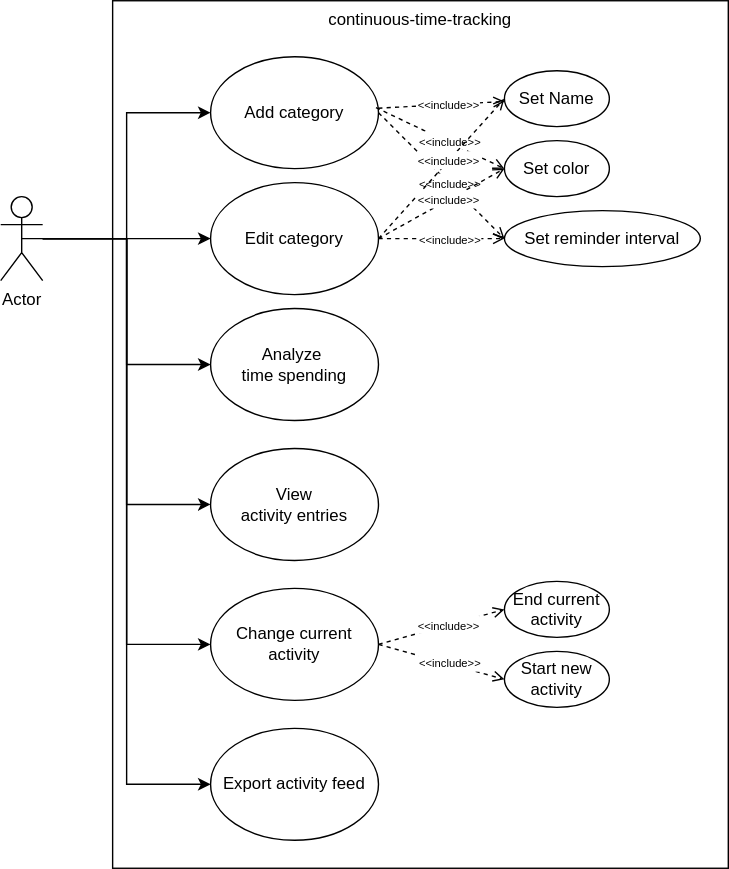
This is docs/ctt-usecase.svg from electron2302/continuous-time-tracking, a draw.io export, as it was before one commit. Source tidied: cells renumbered, new cells last; positions are measured from the earlier drawing's top-left corner, leaving out a move shared by most shapes. The source it was exported from:
```xml
<mxGraphModel>
  <root>
    <mxCell id="0" />
    <mxCell id="1" parent="0" />
    <mxCell id="2" value="continuous-time-tracking" style="rounded=0;whiteSpace=wrap;html=1;verticalAlign=top;" parent="1" vertex="1">
      <mxGeometry x="80" width="440" height="620" as="geometry" />
    </mxCell>
    <mxCell id="3" style="edgeStyle=orthogonalEdgeStyle;rounded=0;jettySize=auto;html=1;entryX=0;entryY=0.5;entryDx=0;entryDy=0;" parent="1" edge="1" source="7" target="10">
      <mxGeometry relative="1" as="geometry" />
    </mxCell>
    <mxCell id="4" style="edgeStyle=orthogonalEdgeStyle;rounded=0;jettySize=auto;html=1;entryX=0;entryY=0.5;entryDx=0;entryDy=0;" parent="1" edge="1" source="7" target="11">
      <mxGeometry relative="1" as="geometry" />
    </mxCell>
    <mxCell id="5" style="edgeStyle=orthogonalEdgeStyle;rounded=0;jettySize=auto;html=1;entryX=0;entryY=0.5;entryDx=0;entryDy=0;" parent="1" edge="1" source="7" target="14">
      <mxGeometry relative="1" as="geometry" />
    </mxCell>
    <mxCell id="6" style="edgeStyle=orthogonalEdgeStyle;rounded=0;jettySize=auto;html=1;entryX=0;entryY=0.5;entryDx=0;entryDy=0;" parent="1" edge="1" source="7" target="15">
      <mxGeometry relative="1" as="geometry" />
    </mxCell>
    <mxCell id="7" value="Actor" style="shape=umlActor;verticalLabelPosition=bottom;verticalAlign=top;html=1;outlineConnect=0;" parent="1" vertex="1">
      <mxGeometry y="140" width="30" height="60" as="geometry" />
    </mxCell>
    <mxCell id="8" value="Change current&lt;br&gt;activity" style="ellipse;whiteSpace=wrap;html=1;" parent="1" vertex="1">
      <mxGeometry x="150" y="420" width="120" height="80" as="geometry" />
    </mxCell>
    <mxCell id="9" style="edgeStyle=orthogonalEdgeStyle;rounded=0;jettySize=auto;html=1;exitX=0.5;exitY=0.5;exitDx=0;exitDy=0;exitPerimeter=0;entryX=0;entryY=0.5;entryDx=0;entryDy=0;" parent="1" edge="1" source="7" target="8">
      <mxGeometry relative="1" as="geometry" />
    </mxCell>
    <mxCell id="10" value="Analyze&amp;nbsp;&lt;br&gt;time spending" style="ellipse;whiteSpace=wrap;html=1;" parent="1" vertex="1">
      <mxGeometry x="150" y="220" width="120" height="80" as="geometry" />
    </mxCell>
    <mxCell id="11" value="View&lt;br&gt;activity entries" style="ellipse;whiteSpace=wrap;html=1;" parent="1" vertex="1">
      <mxGeometry x="150" y="320" width="120" height="80" as="geometry" />
    </mxCell>
    <mxCell id="12" style="rounded=0;jettySize=auto;html=1;verticalAlign=middle;dashed=1;endArrow=open;endFill=0;" parent="1" edge="1" source="14" target="16">
      <mxGeometry relative="1" as="geometry" />
    </mxCell>
    <mxCell id="13" value="&lt;font style=&quot;font-size: 8px&quot;&gt;&amp;lt;&amp;lt;include&amp;gt;&amp;gt;&lt;/font&gt;" style="edgeLabel;html=1;align=center;verticalAlign=middle;" parent="12" vertex="1">
      <mxGeometry x="0.11" y="1" relative="1" as="geometry" />
    </mxCell>
    <mxCell id="14" value="Add&amp;nbsp;category" style="ellipse;whiteSpace=wrap;html=1;" parent="1" vertex="1">
      <mxGeometry x="150" y="40" width="120" height="80" as="geometry" />
    </mxCell>
    <mxCell id="15" value="Edit category" style="ellipse;whiteSpace=wrap;html=1;" parent="1" vertex="1">
      <mxGeometry x="150" y="130" width="120" height="80" as="geometry" />
    </mxCell>
    <mxCell id="16" value="Set Name" style="ellipse;whiteSpace=wrap;html=1;" parent="1" vertex="1">
      <mxGeometry x="360" y="50" width="75" height="40" as="geometry" />
    </mxCell>
    <mxCell id="17" value="Set color" style="ellipse;whiteSpace=wrap;html=1;" parent="1" vertex="1">
      <mxGeometry x="360" y="100" width="75" height="40" as="geometry" />
    </mxCell>
    <mxCell id="18" value="Set reminder interval" style="ellipse;whiteSpace=wrap;html=1;" parent="1" vertex="1">
      <mxGeometry x="360" y="150" width="140" height="40" as="geometry" />
    </mxCell>
    <mxCell id="19" style="rounded=0;jettySize=auto;html=1;verticalAlign=middle;dashed=1;endArrow=open;endFill=0;exitX=0.985;exitY=0.455;exitDx=0;exitDy=0;exitPerimeter=0;entryX=0;entryY=0.5;entryDx=0;entryDy=0;" parent="1" edge="1" source="14" target="17">
      <mxGeometry relative="1" as="geometry" />
    </mxCell>
    <mxCell id="20" value="&lt;font style=&quot;font-size: 8px&quot;&gt;&amp;lt;&amp;lt;include&amp;gt;&amp;gt;&lt;/font&gt;" style="edgeLabel;html=1;align=center;verticalAlign=middle;" parent="19" vertex="1">
      <mxGeometry x="0.11" y="1" relative="1" as="geometry" />
    </mxCell>
    <mxCell id="21" style="rounded=0;jettySize=auto;html=1;verticalAlign=middle;dashed=1;endArrow=open;endFill=0;exitX=1;exitY=0.5;exitDx=0;exitDy=0;entryX=0;entryY=0.5;entryDx=0;entryDy=0;" parent="1" edge="1" source="14" target="18">
      <mxGeometry relative="1" as="geometry" />
    </mxCell>
    <mxCell id="22" value="&lt;font style=&quot;font-size: 8px&quot;&gt;&amp;lt;&amp;lt;include&amp;gt;&amp;gt;&lt;/font&gt;" style="edgeLabel;html=1;align=center;verticalAlign=middle;" parent="21" vertex="1">
      <mxGeometry x="0.11" y="1" relative="1" as="geometry" />
    </mxCell>
    <mxCell id="23" style="rounded=0;jettySize=auto;html=1;verticalAlign=middle;dashed=1;endArrow=open;endFill=0;entryX=0;entryY=0.5;entryDx=0;entryDy=0;exitX=1;exitY=0.5;exitDx=0;exitDy=0;" parent="1" edge="1" source="15" target="16">
      <mxGeometry relative="1" as="geometry" />
    </mxCell>
    <mxCell id="24" value="&lt;font style=&quot;font-size: 8px&quot;&gt;&amp;lt;&amp;lt;include&amp;gt;&amp;gt;&lt;/font&gt;" style="edgeLabel;html=1;align=center;verticalAlign=middle;" parent="23" vertex="1">
      <mxGeometry x="0.11" y="1" relative="1" as="geometry" />
    </mxCell>
    <mxCell id="25" style="rounded=0;jettySize=auto;html=1;verticalAlign=middle;dashed=1;endArrow=open;endFill=0;exitX=1;exitY=0.5;exitDx=0;exitDy=0;" parent="1" edge="1" source="15">
      <mxGeometry relative="1" as="geometry">
        <mxPoint x="360" y="120" as="targetPoint" />
      </mxGeometry>
    </mxCell>
    <mxCell id="26" value="&lt;font style=&quot;font-size: 8px&quot;&gt;&amp;lt;&amp;lt;include&amp;gt;&amp;gt;&lt;/font&gt;" style="edgeLabel;html=1;align=center;verticalAlign=middle;" parent="25" vertex="1">
      <mxGeometry x="0.11" y="1" relative="1" as="geometry" />
    </mxCell>
    <mxCell id="27" style="rounded=0;jettySize=auto;html=1;verticalAlign=middle;dashed=1;endArrow=open;endFill=0;entryX=0;entryY=0.5;entryDx=0;entryDy=0;" parent="1" edge="1" source="15" target="18">
      <mxGeometry relative="1" as="geometry" />
    </mxCell>
    <mxCell id="28" value="&lt;font style=&quot;font-size: 8px&quot;&gt;&amp;lt;&amp;lt;include&amp;gt;&amp;gt;&lt;/font&gt;" style="edgeLabel;html=1;align=center;verticalAlign=middle;" parent="27" vertex="1">
      <mxGeometry x="0.11" y="1" relative="1" as="geometry" />
    </mxCell>
    <mxCell id="29" value="End current activity" style="ellipse;whiteSpace=wrap;html=1;" parent="1" vertex="1">
      <mxGeometry x="360" y="415" width="75" height="40" as="geometry" />
    </mxCell>
    <mxCell id="30" value="Start new activity" style="ellipse;whiteSpace=wrap;html=1;" parent="1" vertex="1">
      <mxGeometry x="360" y="465" width="75" height="40" as="geometry" />
    </mxCell>
    <mxCell id="31" style="rounded=0;jettySize=auto;html=1;verticalAlign=middle;dashed=1;endArrow=open;endFill=0;entryX=0;entryY=0.5;entryDx=0;entryDy=0;exitX=1;exitY=0.5;exitDx=0;exitDy=0;" parent="1" edge="1" source="8" target="29">
      <mxGeometry relative="1" as="geometry" />
    </mxCell>
    <mxCell id="32" value="&lt;font style=&quot;font-size: 8px&quot;&gt;&amp;lt;&amp;lt;include&amp;gt;&amp;gt;&lt;/font&gt;" style="edgeLabel;html=1;align=center;verticalAlign=middle;" parent="31" vertex="1">
      <mxGeometry x="0.11" y="1" relative="1" as="geometry" />
    </mxCell>
    <mxCell id="33" style="rounded=0;jettySize=auto;html=1;verticalAlign=middle;dashed=1;endArrow=open;endFill=0;entryX=0;entryY=0.5;entryDx=0;entryDy=0;exitX=1;exitY=0.5;exitDx=0;exitDy=0;" parent="1" edge="1" source="8" target="30">
      <mxGeometry relative="1" as="geometry" />
    </mxCell>
    <mxCell id="34" value="&lt;font style=&quot;font-size: 8px&quot;&gt;&amp;lt;&amp;lt;include&amp;gt;&amp;gt;&lt;/font&gt;" style="edgeLabel;html=1;align=center;verticalAlign=middle;" parent="33" vertex="1">
      <mxGeometry x="0.11" y="1" relative="1" as="geometry" />
    </mxCell>
    <mxCell id="35" value="Export activity feed" style="ellipse;whiteSpace=wrap;html=1;" parent="1" vertex="1">
      <mxGeometry x="150" y="520" width="120" height="80" as="geometry" />
    </mxCell>
    <mxCell id="36" style="edgeStyle=orthogonalEdgeStyle;rounded=0;jettySize=auto;html=1;entryX=0;entryY=0.5;entryDx=0;entryDy=0;" parent="1" edge="1" target="35">
      <mxGeometry relative="1" as="geometry">
        <mxPoint x="30" y="170" as="sourcePoint" />
      </mxGeometry>
    </mxCell>
  </root>
</mxGraphModel>
```
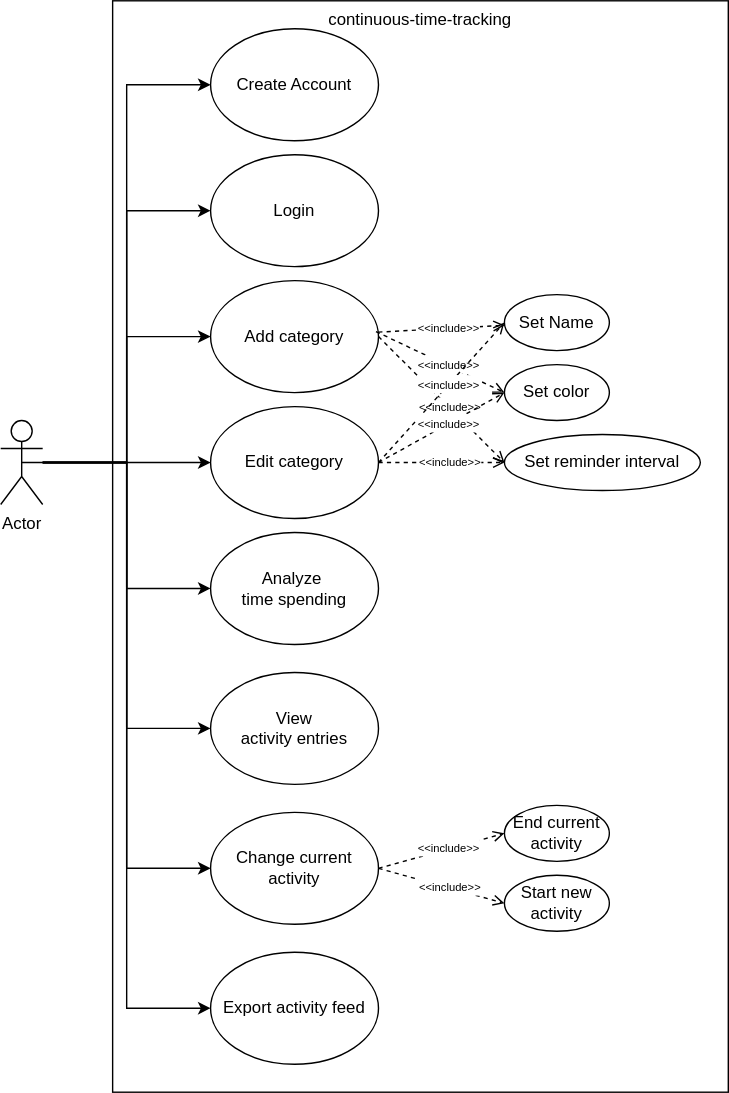
Above is the later version.

Commit message:
Improved usecase diagrams

The edit, as a diff of the source:
```diff
@@ -3,7 +3,7 @@
     <mxCell id="0" />
     <mxCell id="1" parent="0" />
     <mxCell id="2" value="continuous-time-tracking" style="rounded=0;whiteSpace=wrap;html=1;verticalAlign=top;" parent="1" vertex="1">
-      <mxGeometry x="80" width="440" height="620" as="geometry" />
+      <mxGeometry x="80" y="-160" width="440" height="780" as="geometry" />
     </mxCell>
     <mxCell id="3" style="edgeStyle=orthogonalEdgeStyle;rounded=0;jettySize=auto;html=1;entryX=0;entryY=0.5;entryDx=0;entryDy=0;" parent="1" edge="1" source="7" target="10">
       <mxGeometry relative="1" as="geometry" />
@@ -111,5 +111,21 @@
         <mxPoint x="30" y="170" as="sourcePoint" />
       </mxGeometry>
     </mxCell>
+    <mxCell id="37" value="Login" style="ellipse;whiteSpace=wrap;html=1;" parent="1" vertex="1">
+      <mxGeometry x="150" y="-50" width="120" height="80" as="geometry" />
+    </mxCell>
+    <mxCell id="38" style="edgeStyle=orthogonalEdgeStyle;rounded=0;jettySize=auto;html=1;entryX=0;entryY=0.5;entryDx=0;entryDy=0;" parent="1" edge="1" target="37">
+      <mxGeometry relative="1" as="geometry">
+        <mxPoint x="30" y="170" as="sourcePoint" />
+      </mxGeometry>
+    </mxCell>
+    <mxCell id="39" value="Create Account" style="ellipse;whiteSpace=wrap;html=1;" parent="1" vertex="1">
+      <mxGeometry x="150" y="-140" width="120" height="80" as="geometry" />
+    </mxCell>
+    <mxCell id="40" style="edgeStyle=orthogonalEdgeStyle;rounded=0;jettySize=auto;html=1;entryX=0;entryY=0.5;entryDx=0;entryDy=0;" parent="1" edge="1" target="39">
+      <mxGeometry relative="1" as="geometry">
+        <mxPoint x="30" y="170" as="sourcePoint" />
+      </mxGeometry>
+    </mxCell>
   </root>
 </mxGraphModel>
```
